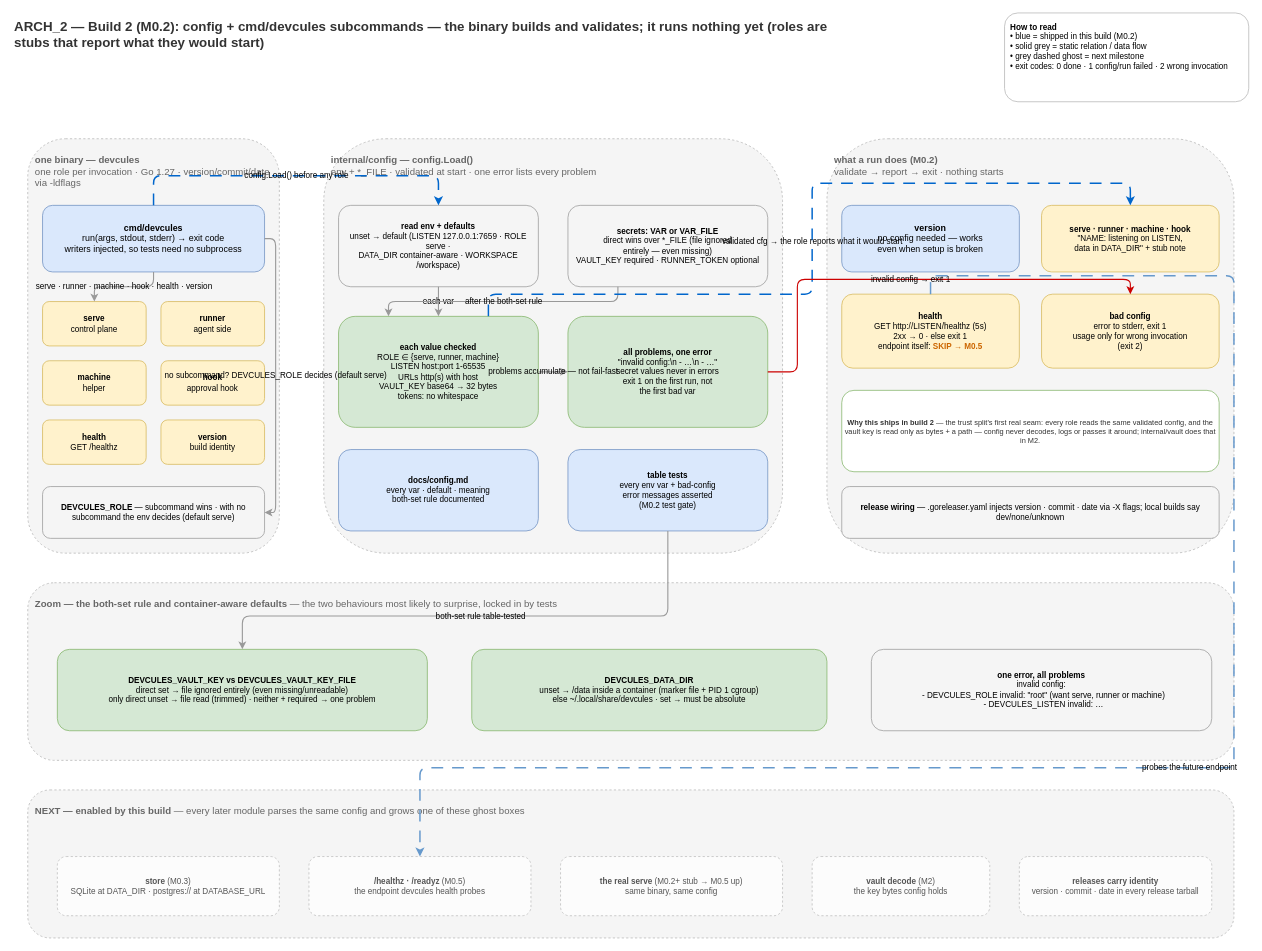
The draw.io diagram page "Arch_2" (2 of 4) of docs/diagrams/devcules-architecture.drawio in devcules/devcules, before the edit. Source tidied: cells renumbered, new cells numbered last; positions are measured from the earlier drawing's top-left corner, leaving out a move shared by most shapes. Both pictures are drawn from the tidied source at 74%, with x=0, y=0 at pixel (13, 13).
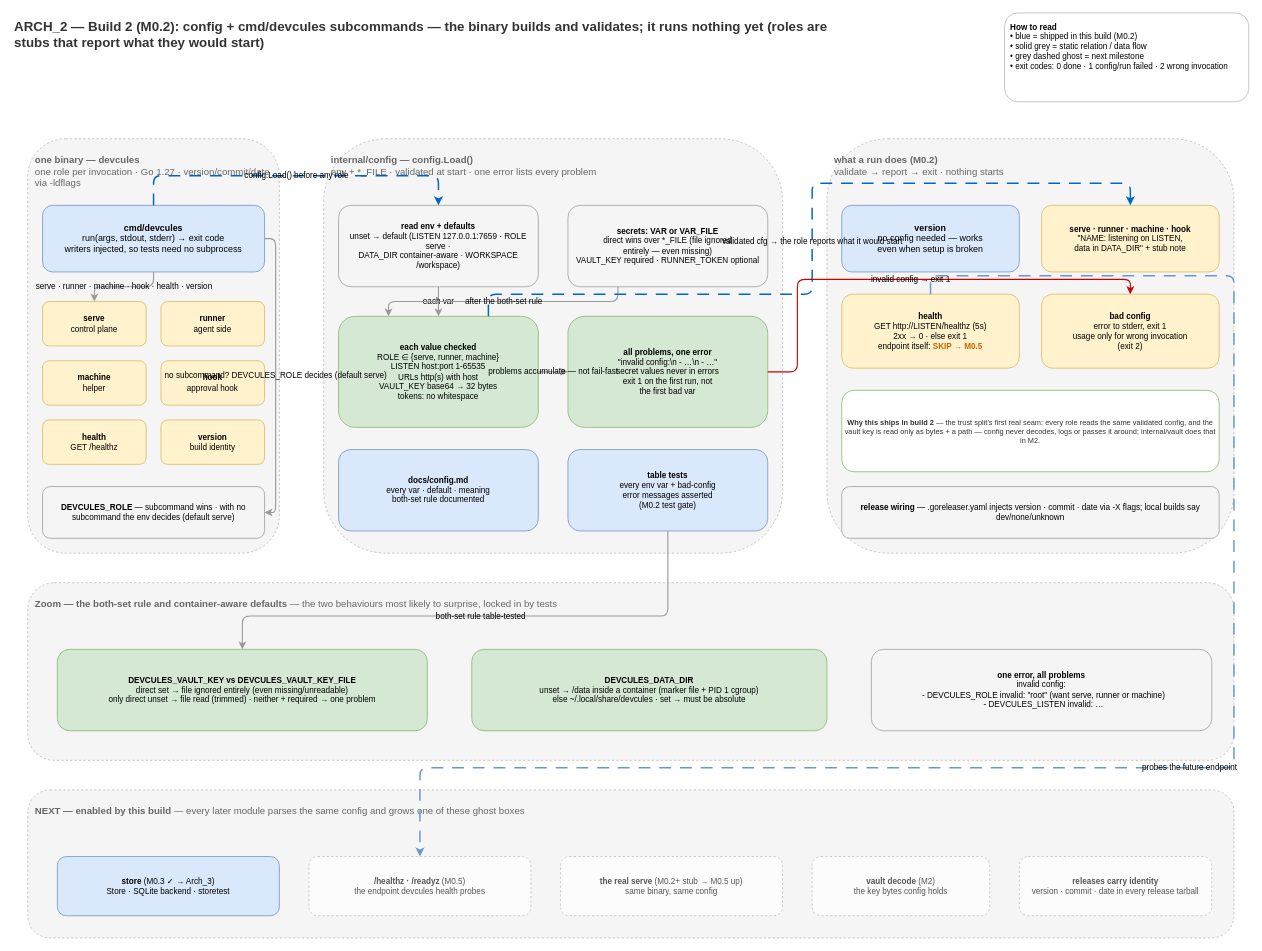
The same diagram, later.

Change to the diagram source:
```diff
@@
-    <mxCell id="32" value="&lt;b&gt;store&lt;/b&gt; (M0.3)&lt;br&gt;SQLite at DATA_DIR · postgres:// at DATABASE_URL" style="rounded=1;whiteSpace=wrap;html=1;fillColor=#FCFCFC;strokeColor=#BBBBBB;dashed=1;fontColor=#555555;fontSize=11;" parent="1" vertex="1">
+    <mxCell id="32" value="&lt;b&gt;store&lt;/b&gt; (M0.3 ✓ → Arch_3)&lt;br&gt;Store · SQLite backend · storetest" style="rounded=1;whiteSpace=wrap;html=1;fillColor=#DAE8FC;strokeColor=#6C8EBF;fontSize=11;" parent="1" vertex="1">
       <mxGeometry x="60" y="1140" width="300" height="80" as="geometry" />
     </mxCell>
```
